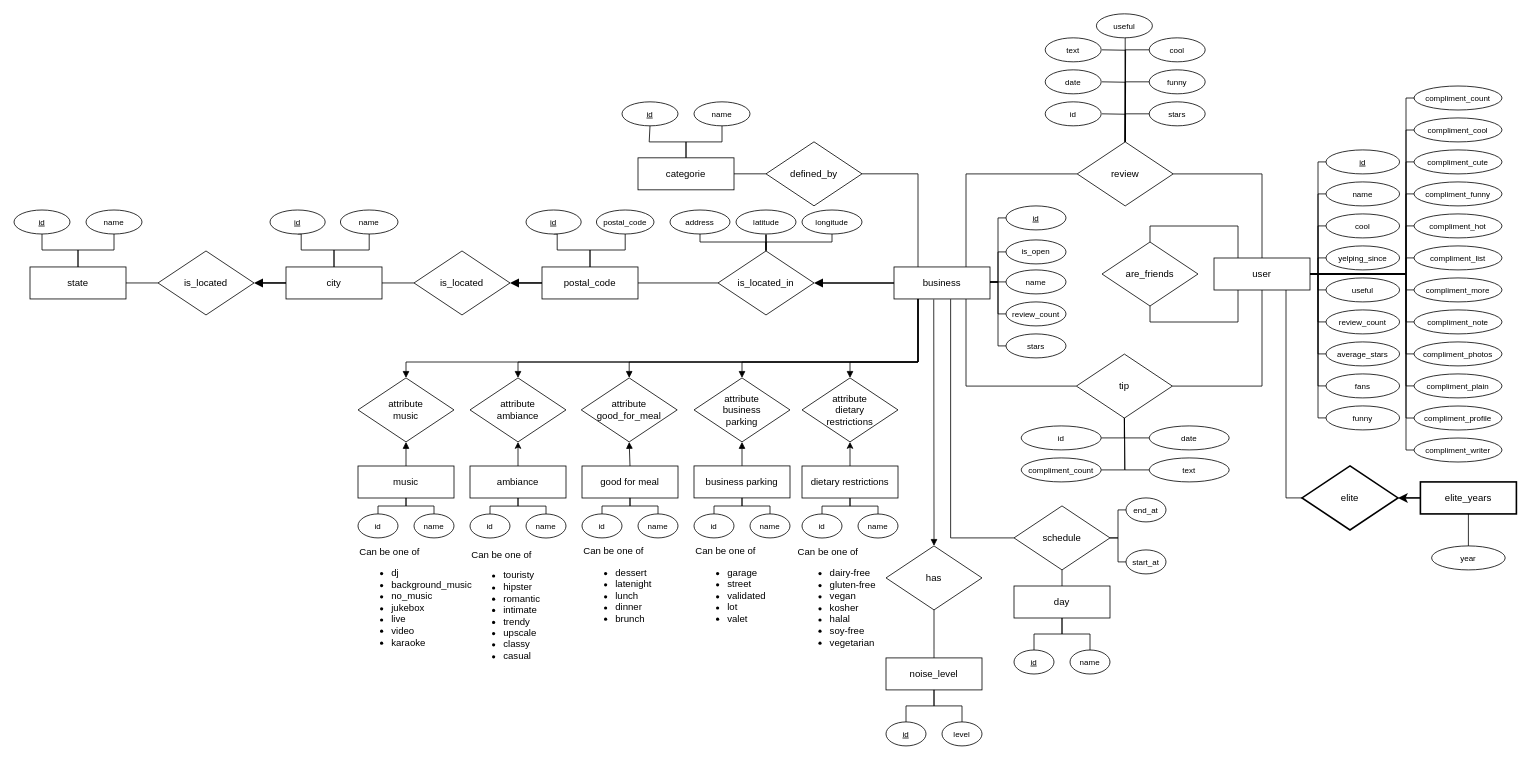
Above: schema.drawio in Ph0tonic/Intro2DataBase (draw.io), before the change. Source tidied: cells renumbered, new cells numbered last; positions are measured from the earlier drawing's top-left corner, leaving out a move shared by most shapes. Both pictures are drawn from the tidied source at 80%, with x=0, y=0 at pixel (14, 14).
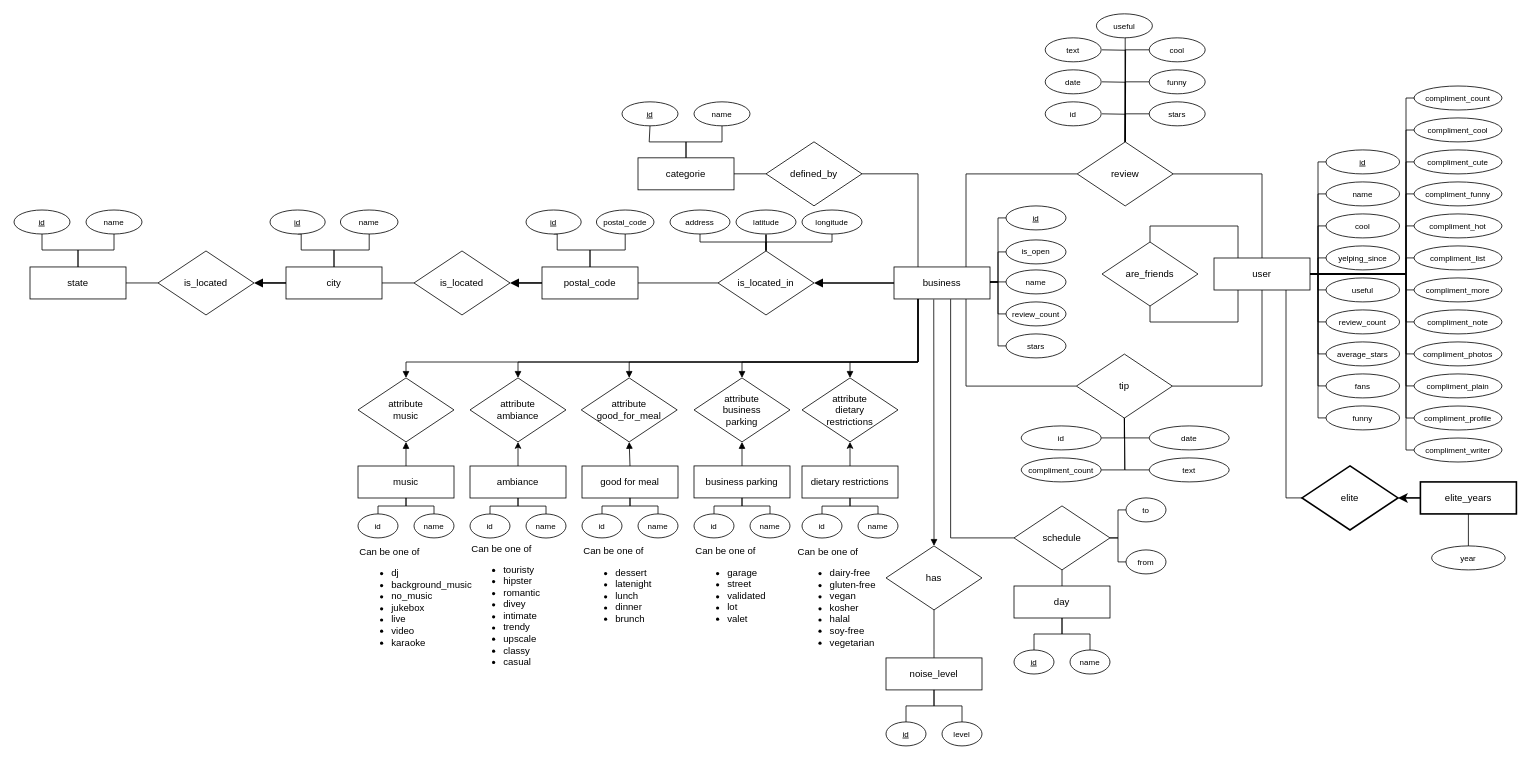
Above is the later version.

Change to the diagram source:
```diff
@@
-    <mxCell id="130" value="end_at" style="ellipse;whiteSpace=wrap;html=1;fontStyle=0;fontSize=10;" parent="1" vertex="1">
+    <mxCell id="130" value="to" style="ellipse;whiteSpace=wrap;html=1;fontStyle=0;fontSize=10;" parent="1" vertex="1">
       <mxGeometry x="1390" y="604.9" width="50" height="30" as="geometry" />
     </mxCell>
-    <mxCell id="131" value="start_at" style="ellipse;whiteSpace=wrap;html=1;fontStyle=0;fontSize=10;" parent="1" vertex="1">
+    <mxCell id="131" value="from" style="ellipse;whiteSpace=wrap;html=1;fontStyle=0;fontSize=10;" parent="1" vertex="1">
       <mxGeometry x="1390" y="669.9" width="50" height="30" as="geometry" />
     </mxCell>
@@
-    <mxCell id="190" value="Can be&amp;nbsp;one of&lt;br&gt;&lt;ul&gt;&lt;li&gt;touristy&lt;/li&gt;&lt;li&gt;hipster&lt;/li&gt;&lt;li&gt;romantic&lt;/li&gt;&lt;li&gt;intimate&lt;/li&gt;&lt;li&gt;trendy&lt;/li&gt;&lt;li&gt;upscale&lt;/li&gt;&lt;li&gt;classy&lt;/li&gt;&lt;li&gt;casual&lt;/li&gt;&lt;/ul&gt;" style="text;html=1;align=left;verticalAlign=middle;" parent="1" vertex="1">
-      <mxGeometry x="570" y="664.9" width="100" height="160" as="geometry" />
+    <mxCell id="190" value="Can be&amp;nbsp;one of&lt;br&gt;&lt;ul&gt;&lt;li&gt;touristy&lt;/li&gt;&lt;li&gt;hipster&lt;/li&gt;&lt;li&gt;romantic&lt;/li&gt;&lt;li&gt;divey&lt;/li&gt;&lt;li&gt;intimate&lt;/li&gt;&lt;li&gt;trendy&lt;/li&gt;&lt;li&gt;upscale&lt;/li&gt;&lt;li&gt;classy&lt;/li&gt;&lt;li&gt;casual&lt;/li&gt;&lt;/ul&gt;" style="text;html=1;align=left;verticalAlign=middle;" parent="1" vertex="1">
+      <mxGeometry x="570" y="659.9" width="100" height="170" as="geometry" />
     </mxCell>
```
